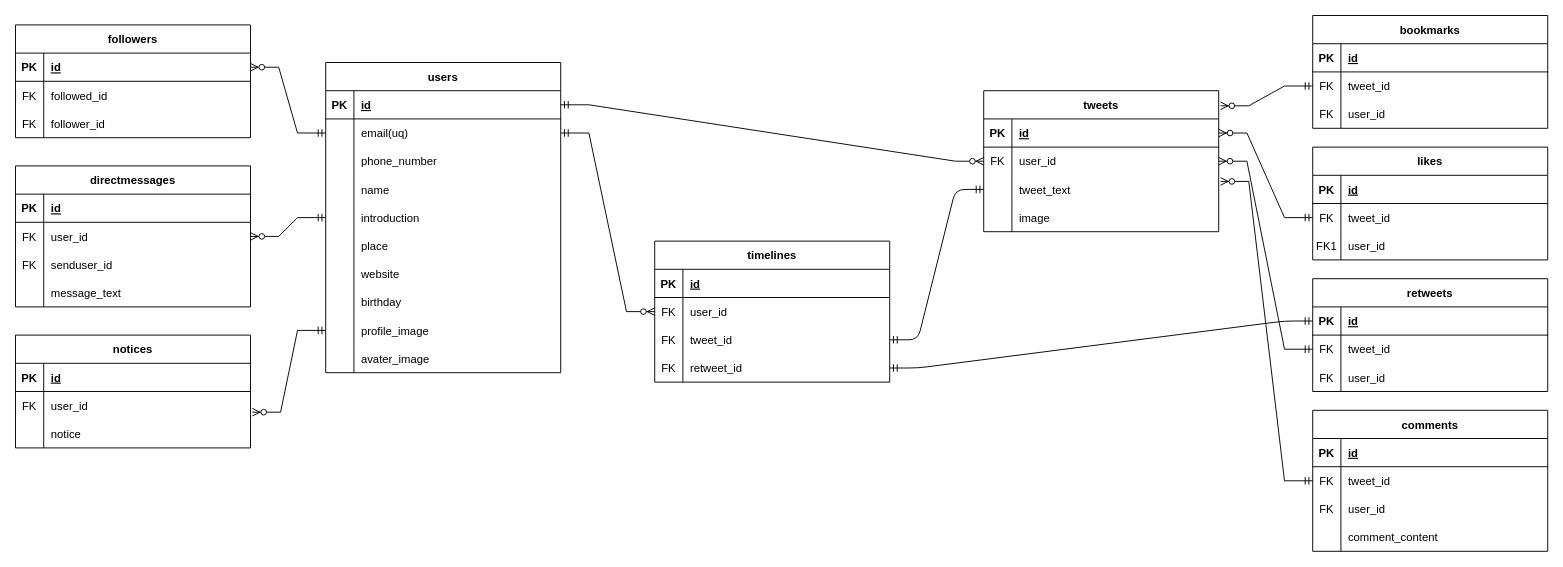
The draw.io diagram twitter_draft.drawio in hie3-336/rails_twitter, before the edit. Source tidied: cells renumbered, new cells numbered last; positions are measured from the earlier drawing's top-left corner, leaving out a move shared by most shapes. Both pictures are drawn from the tidied source at 94%, with x=0, y=0 at pixel (15, 15).
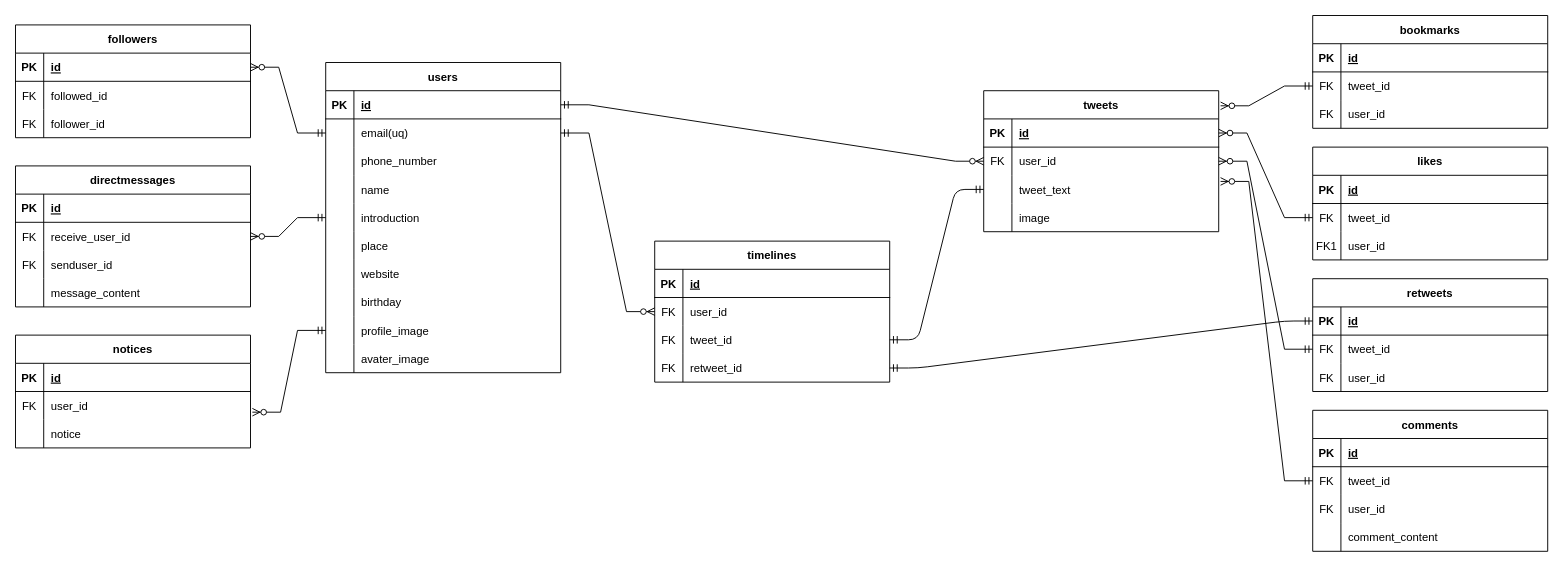
Above is the later version.

The change refers to these unchanged cells:
```xml
<mxCell id="90" style="shape=partialRectangle;fillColor=none;points=[[0,0.5],[1,0.5]];portConstraint=eastwest;top=0;left=0;right=0;bottom=0;" parent="86" vertex="1">
  <mxGeometry y="60" width="250" height="30" as="geometry" />
</mxCell>
<mxCell id="96" style="shape=partialRectangle;fillColor=none;top=0;left=0;right=0;bottom=0;" parent="86" vertex="1">
  <mxGeometry y="120" width="250" height="30" as="geometry" />
</mxCell>
```

The edit, as a diff of the source:
```diff
@@
-    <mxCell id="92" value="user_id" style="shape=partialRectangle;overflow=hidden;fillColor=none;top=0;left=0;bottom=0;right=0;align=left;spacingLeft=6;" parent="90" vertex="1">
+    <mxCell id="92" value="receive_user_id" style="shape=partialRectangle;overflow=hidden;fillColor=none;top=0;left=0;bottom=0;right=0;align=left;spacingLeft=6;" parent="90" vertex="1">
       <mxGeometry x="30" width="220" height="30" as="geometry" />
     </mxCell>
@@
-    <mxCell id="98" value="message_text" style="shape=partialRectangle;overflow=hidden;fillColor=none;top=0;left=0;bottom=0;right=0;align=left;spacingLeft=6;" parent="96" vertex="1">
+    <mxCell id="98" value="message_content" style="shape=partialRectangle;overflow=hidden;fillColor=none;top=0;left=0;bottom=0;right=0;align=left;spacingLeft=6;" parent="96" vertex="1">
       <mxGeometry x="30" width="220" height="30" as="geometry" />
     </mxCell>
```
